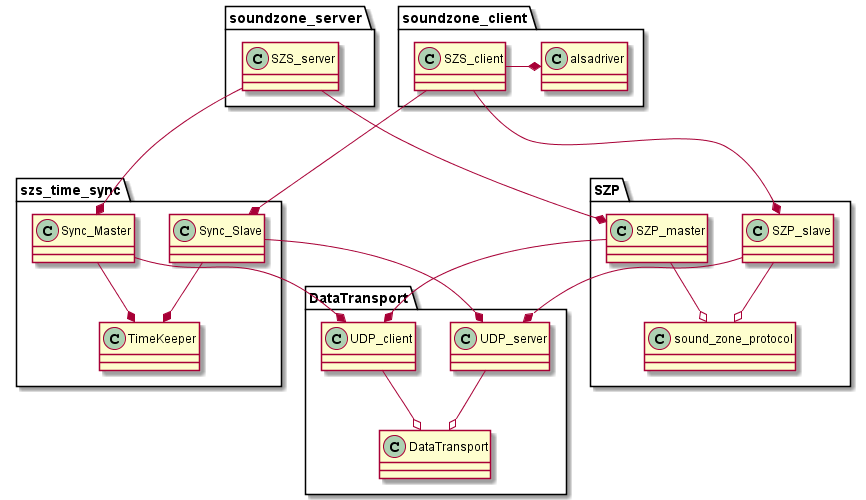
This is diagrams/class_diagram.png from NielsDyrberg/Wireless_sound_zones, a PlantUML export, as it was before one commit.
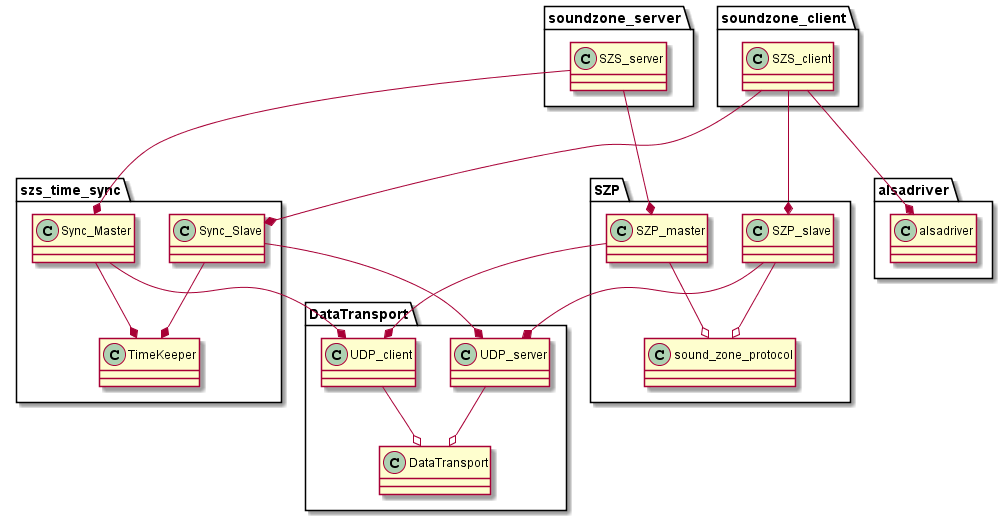
The same file after the commit.

Commit message:
mv alsadriver into its own package in class dia

Change to the diagram source:
```diff
@@ -3,7 +3,6 @@
 together {
     package soundzone_client{
         class SZS_client{}
-        class alsadriver{}
     }
 
     package soundzone_server {
@@ -12,6 +11,10 @@
 }
 
 together {
+    package alsadriver {
+        class alsadriver{}
+    }
+
     package SZP {
         SZP_master --o sound_zone_protocol
         SZP_slave --o sound_zone_protocol
@@ -27,7 +30,6 @@
     package DataTransport{
         UDP_server --o DataTransport
         UDP_client --o DataTransport
-
     }
 }
 
@@ -35,7 +37,7 @@
 SZS_server --* SZP_master
 SZS_client --* Sync_Slave
 SZS_server --* Sync_Master
-SZS_client -right-* alsadriver
+SZS_client --* alsadriver
 SZP_master --* UDP_client
 SZP_slave --* UDP_server
 Sync_Slave --* TimeKeeper
```
